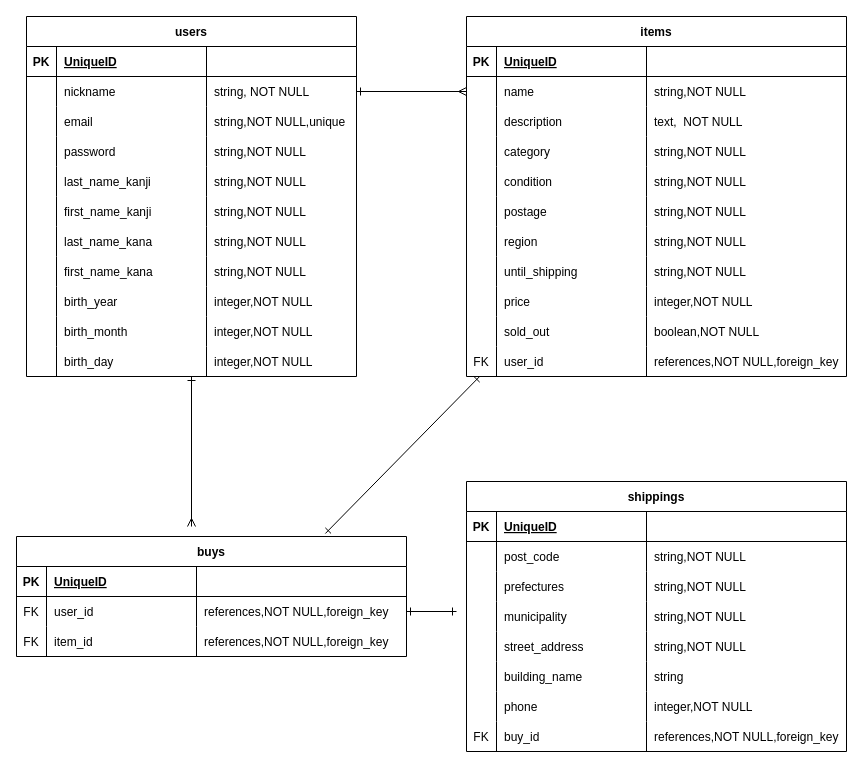
Before: ER図.dio in Shun-ST-TechCamp/furima-39524, a draw.io diagram. Source tidied: cells renumbered, new cells numbered last; positions are measured from the earlier drawing's top-left corner, leaving out a move shared by most shapes. Both pictures are drawn from the tidied source at 100%, with x=0, y=0 at pixel (16, 16).
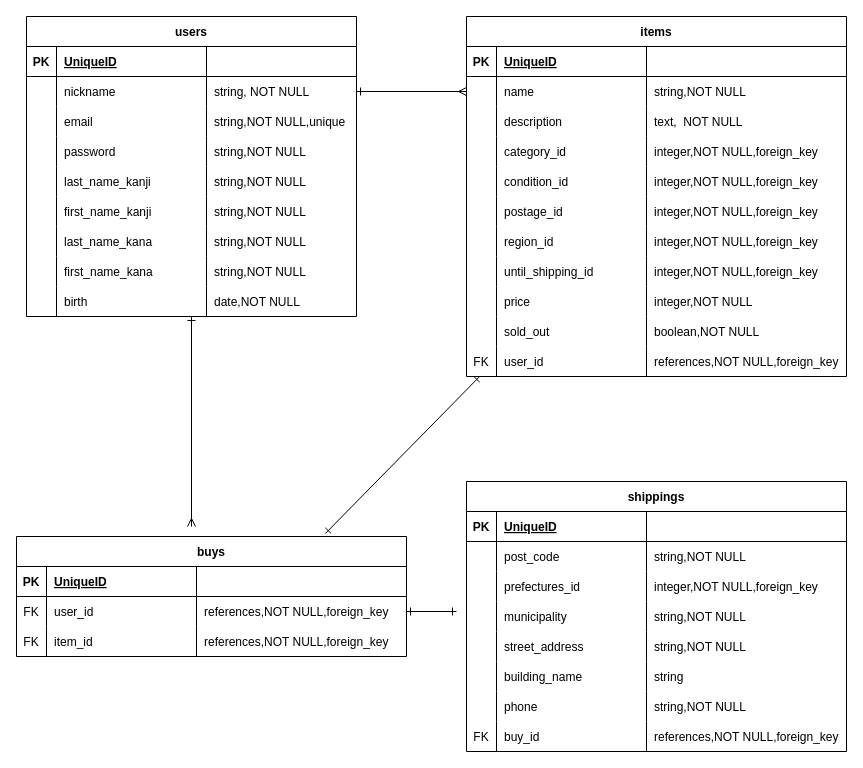
Above is the later version.

Commit message (it also covers changes not shown here):
レビューによる訂正・カラム名と型の修正

The change refers to these unchanged cells:
```xml
<mxCell id="36" style="shape=tableRow;horizontal=0;startSize=0;swimlaneHead=0;swimlaneBody=0;fillColor=none;top=0;left=0;right=0;bottom=0;" parent="3" vertex="1">
  <mxGeometry y="270" width="330" height="30" as="geometry" />
</mxCell>
<mxCell id="62" style="shape=tableRow;horizontal=0;startSize=0;swimlaneHead=0;swimlaneBody=0;fillColor=none;top=0;left=0;right=0;bottom=0;" parent="49" vertex="1">
  <mxGeometry y="120" width="380" height="30" as="geometry" />
</mxCell>
<mxCell id="66" style="shape=tableRow;horizontal=0;startSize=0;swimlaneHead=0;swimlaneBody=0;fillColor=none;top=0;left=0;right=0;bottom=0;" parent="49" vertex="1">
  <mxGeometry y="150" width="380" height="30" as="geometry" />
</mxCell>
<mxCell id="70" style="shape=tableRow;horizontal=0;startSize=0;swimlaneHead=0;swimlaneBody=0;fillColor=none;top=0;left=0;right=0;bottom=0;" parent="49" vertex="1">
  <mxGeometry y="180" width="380" height="30" as="geometry" />
</mxCell>
<mxCell id="74" style="shape=tableRow;horizontal=0;startSize=0;swimlaneHead=0;swimlaneBody=0;fillColor=none;top=0;left=0;right=0;bottom=0;" parent="49" vertex="1">
  <mxGeometry y="210" width="380" height="30" as="geometry" />
</mxCell>
<mxCell id="78" style="shape=tableRow;horizontal=0;startSize=0;swimlaneHead=0;swimlaneBody=0;fillColor=none;top=0;left=0;right=0;bottom=0;" parent="49" vertex="1">
  <mxGeometry y="240" width="380" height="30" as="geometry" />
</mxCell>
<mxCell id="103" style="shape=tableRow;horizontal=0;startSize=0;swimlaneHead=0;swimlaneBody=0;fillColor=none;top=0;left=0;right=0;bottom=0;" parent="94" vertex="1">
  <mxGeometry y="90" width="380" height="30" as="geometry" />
</mxCell>
<mxCell id="119" style="shape=tableRow;horizontal=0;startSize=0;swimlaneHead=0;swimlaneBody=0;fillColor=none;top=0;left=0;right=0;bottom=0;" parent="94" vertex="1">
  <mxGeometry y="210" width="380" height="30" as="geometry" />
</mxCell>
```

What changed in the source:
```diff
@@
     <mxCell id="3" value="users" style="shape=table;startSize=30;childLayout=tableLayout;rowLines=0;fontStyle=1;align=center;" parent="1" vertex="1">
-      <mxGeometry x="10" width="330" height="360" as="geometry" />
+      <mxGeometry x="10" width="330" height="300" as="geometry" />
     </mxCell>
@@
-    <mxCell id="38" value="birth_year" style="shape=partialRectangle;fillColor=none;top=0;left=0;bottom=0;right=0;align=left;spacingLeft=6;overflow=hidden;" parent="36" vertex="1">
+    <mxCell id="38" value="birth" style="shape=partialRectangle;fillColor=none;top=0;left=0;bottom=0;right=0;align=left;spacingLeft=6;overflow=hidden;" parent="36" vertex="1">
       <mxGeometry x="30" width="150" height="30" as="geometry" />
     </mxCell>
-    <mxCell id="39" value="integer,NOT NULL" style="shape=partialRectangle;fillColor=none;top=0;left=0;bottom=0;right=0;align=left;spacingLeft=6;overflow=hidden;" parent="36" vertex="1">
+    <mxCell id="39" value="date,NOT NULL" style="shape=partialRectangle;fillColor=none;top=0;left=0;bottom=0;right=0;align=left;spacingLeft=6;overflow=hidden;" parent="36" vertex="1">
       <mxGeometry x="180" width="150" height="30" as="geometry" />
     </mxCell>
-    <mxCell id="40" style="shape=tableRow;horizontal=0;startSize=0;swimlaneHead=0;swimlaneBody=0;fillColor=none;top=0;left=0;right=0;bottom=0;" parent="3" vertex="1">
-      <mxGeometry y="300" width="330" height="30" as="geometry" />
-    </mxCell>
-    <mxCell id="41" style="shape=partialRectangle;fillColor=none;top=0;left=0;bottom=0;right=0;overflow=hidden;" parent="40" vertex="1">
-      <mxGeometry width="30" height="30" as="geometry" />
-    </mxCell>
-    <mxCell id="42" value="birth_month" style="shape=partialRectangle;fillColor=none;top=0;left=0;bottom=0;right=0;align=left;spacingLeft=6;overflow=hidden;" parent="40" vertex="1">
-      <mxGeometry x="30" width="150" height="30" as="geometry" />
-    </mxCell>
-    <mxCell id="43" value="integer,NOT NULL" style="shape=partialRectangle;fillColor=none;top=0;left=0;bottom=0;right=0;align=left;spacingLeft=6;overflow=hidden;" parent="40" vertex="1">
-      <mxGeometry x="180" width="150" height="30" as="geometry" />
-    </mxCell>
-    <mxCell id="44" style="shape=tableRow;horizontal=0;startSize=0;swimlaneHead=0;swimlaneBody=0;fillColor=none;top=0;left=0;right=0;bottom=0;" parent="3" vertex="1">
-      <mxGeometry y="330" width="330" height="30" as="geometry" />
-    </mxCell>
-    <mxCell id="45" style="shape=partialRectangle;fillColor=none;top=0;left=0;bottom=0;right=0;overflow=hidden;" parent="44" vertex="1">
-      <mxGeometry width="30" height="30" as="geometry" />
-    </mxCell>
-    <mxCell id="46" value="birth_day" style="shape=partialRectangle;fillColor=none;top=0;left=0;bottom=0;right=0;align=left;spacingLeft=6;overflow=hidden;" parent="44" vertex="1">
-      <mxGeometry x="30" width="150" height="30" as="geometry" />
-    </mxCell>
-    <mxCell id="47" value="integer,NOT NULL" style="shape=partialRectangle;fillColor=none;top=0;left=0;bottom=0;right=0;align=left;spacingLeft=6;overflow=hidden;" parent="44" vertex="1">
-      <mxGeometry x="180" width="150" height="30" as="geometry" />
-    </mxCell>
@@
-    <mxCell id="64" value="category" style="shape=partialRectangle;fillColor=none;top=0;left=0;bottom=0;right=0;align=left;spacingLeft=6;overflow=hidden;" parent="62" vertex="1">
+    <mxCell id="64" value="category_id" style="shape=partialRectangle;fillColor=none;top=0;left=0;bottom=0;right=0;align=left;spacingLeft=6;overflow=hidden;" parent="62" vertex="1">
       <mxGeometry x="30" width="150" height="30" as="geometry" />
     </mxCell>
-    <mxCell id="65" value="string,NOT NULL" style="shape=partialRectangle;fillColor=none;top=0;left=0;bottom=0;right=0;align=left;spacingLeft=6;overflow=hidden;" parent="62" vertex="1">
+    <mxCell id="65" value="integer,NOT NULL,foreign_key" style="shape=partialRectangle;fillColor=none;top=0;left=0;bottom=0;right=0;align=left;spacingLeft=6;overflow=hidden;" parent="62" vertex="1">
       <mxGeometry x="180" width="200" height="30" as="geometry" />
     </mxCell>
@@
-    <mxCell id="68" value="condition" style="shape=partialRectangle;fillColor=none;top=0;left=0;bottom=0;right=0;align=left;spacingLeft=6;overflow=hidden;" parent="66" vertex="1">
+    <mxCell id="68" value="condition_id" style="shape=partialRectangle;fillColor=none;top=0;left=0;bottom=0;right=0;align=left;spacingLeft=6;overflow=hidden;" parent="66" vertex="1">
       <mxGeometry x="30" width="150" height="30" as="geometry" />
     </mxCell>
-    <mxCell id="69" value="string,NOT NULL" style="shape=partialRectangle;fillColor=none;top=0;left=0;bottom=0;right=0;align=left;spacingLeft=6;overflow=hidden;" parent="66" vertex="1">
+    <mxCell id="69" value="integer,NOT NULL,foreign_key" style="shape=partialRectangle;fillColor=none;top=0;left=0;bottom=0;right=0;align=left;spacingLeft=6;overflow=hidden;" parent="66" vertex="1">
       <mxGeometry x="180" width="200" height="30" as="geometry" />
     </mxCell>
@@
-    <mxCell id="72" value="postage" style="shape=partialRectangle;fillColor=none;top=0;left=0;bottom=0;right=0;align=left;spacingLeft=6;overflow=hidden;labelBorderColor=none;" parent="70" vertex="1">
+    <mxCell id="72" value="postage_id" style="shape=partialRectangle;fillColor=none;top=0;left=0;bottom=0;right=0;align=left;spacingLeft=6;overflow=hidden;labelBorderColor=none;" parent="70" vertex="1">
       <mxGeometry x="30" width="150" height="30" as="geometry" />
     </mxCell>
-    <mxCell id="73" value="string,NOT NULL" style="shape=partialRectangle;fillColor=none;top=0;left=0;bottom=0;right=0;align=left;spacingLeft=6;overflow=hidden;labelBorderColor=none;" parent="70" vertex="1">
+    <mxCell id="73" value="integer,NOT NULL,foreign_key" style="shape=partialRectangle;fillColor=none;top=0;left=0;bottom=0;right=0;align=left;spacingLeft=6;overflow=hidden;labelBorderColor=none;" parent="70" vertex="1">
       <mxGeometry x="180" width="200" height="30" as="geometry" />
     </mxCell>
@@
-    <mxCell id="76" value="region" style="shape=partialRectangle;fillColor=none;top=0;left=0;bottom=0;right=0;align=left;spacingLeft=6;overflow=hidden;labelBorderColor=none;" parent="74" vertex="1">
+    <mxCell id="76" value="region_id" style="shape=partialRectangle;fillColor=none;top=0;left=0;bottom=0;right=0;align=left;spacingLeft=6;overflow=hidden;labelBorderColor=none;" parent="74" vertex="1">
       <mxGeometry x="30" width="150" height="30" as="geometry" />
     </mxCell>
-    <mxCell id="77" value="string,NOT NULL" style="shape=partialRectangle;fillColor=none;top=0;left=0;bottom=0;right=0;align=left;spacingLeft=6;overflow=hidden;labelBorderColor=none;" parent="74" vertex="1">
+    <mxCell id="77" value="integer,NOT NULL,foreign_key" style="shape=partialRectangle;fillColor=none;top=0;left=0;bottom=0;right=0;align=left;spacingLeft=6;overflow=hidden;labelBorderColor=none;" parent="74" vertex="1">
       <mxGeometry x="180" width="200" height="30" as="geometry" />
     </mxCell>
@@
-    <mxCell id="80" value="until_shipping" style="shape=partialRectangle;fillColor=none;top=0;left=0;bottom=0;right=0;align=left;spacingLeft=6;overflow=hidden;labelBorderColor=none;" parent="78" vertex="1">
+    <mxCell id="80" value="until_shipping_id" style="shape=partialRectangle;fillColor=none;top=0;left=0;bottom=0;right=0;align=left;spacingLeft=6;overflow=hidden;labelBorderColor=none;" parent="78" vertex="1">
       <mxGeometry x="30" width="150" height="30" as="geometry" />
     </mxCell>
-    <mxCell id="81" value="string,NOT NULL" style="shape=partialRectangle;fillColor=none;top=0;left=0;bottom=0;right=0;align=left;spacingLeft=6;overflow=hidden;labelBorderColor=none;" parent="78" vertex="1">
+    <mxCell id="81" value="integer,NOT NULL,foreign_key" style="shape=partialRectangle;fillColor=none;top=0;left=0;bottom=0;right=0;align=left;spacingLeft=6;overflow=hidden;labelBorderColor=none;" parent="78" vertex="1">
       <mxGeometry x="180" width="200" height="30" as="geometry" />
     </mxCell>
@@
-    <mxCell id="105" value="prefectures" style="shape=partialRectangle;fillColor=none;top=0;left=0;bottom=0;right=0;align=left;spacingLeft=6;overflow=hidden;" parent="103" vertex="1">
+    <mxCell id="105" value="prefectures_id" style="shape=partialRectangle;fillColor=none;top=0;left=0;bottom=0;right=0;align=left;spacingLeft=6;overflow=hidden;" parent="103" vertex="1">
       <mxGeometry x="30" width="150" height="30" as="geometry" />
     </mxCell>
-    <mxCell id="106" value="string,NOT NULL" style="shape=partialRectangle;fillColor=none;top=0;left=0;bottom=0;right=0;align=left;spacingLeft=6;overflow=hidden;" parent="103" vertex="1">
+    <mxCell id="106" value="integer,NOT NULL,foreign_key" style="shape=partialRectangle;fillColor=none;top=0;left=0;bottom=0;right=0;align=left;spacingLeft=6;overflow=hidden;" parent="103" vertex="1">
       <mxGeometry x="180" width="200" height="30" as="geometry" />
     </mxCell>
@@
-    <mxCell id="122" value="integer,NOT NULL" style="shape=partialRectangle;fillColor=none;top=0;left=0;bottom=0;right=0;align=left;spacingLeft=6;overflow=hidden;" parent="119" vertex="1">
+    <mxCell id="122" value="string,NOT NULL" style="shape=partialRectangle;fillColor=none;top=0;left=0;bottom=0;right=0;align=left;spacingLeft=6;overflow=hidden;" parent="119" vertex="1">
       <mxGeometry x="180" width="200" height="30" as="geometry" />
     </mxCell>
```
